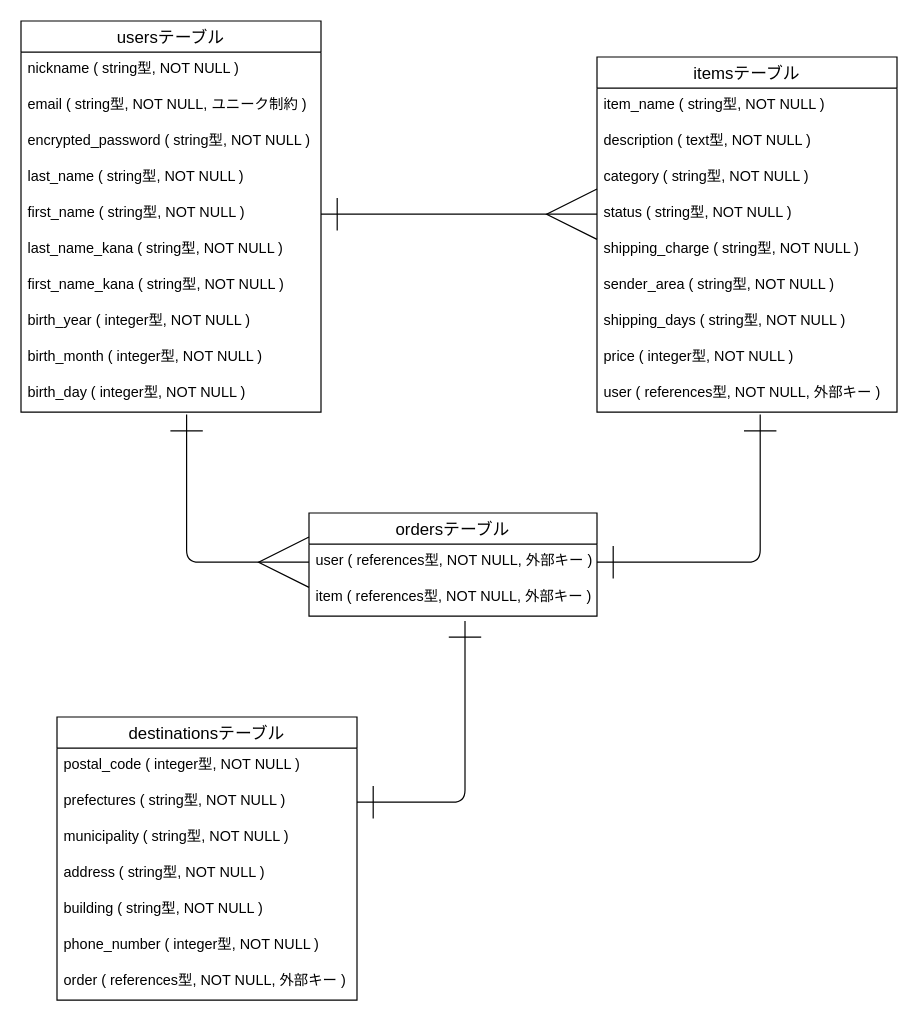
Above: ER.dio in shero37/furima-38746 (draw.io), before the change. Source tidied: cells renumbered, new cells numbered last; positions are measured from the earlier drawing's top-left corner, leaving out a move shared by most shapes. Both pictures are drawn from the tidied source at 120%, with x=0, y=0 at pixel (20, 20).
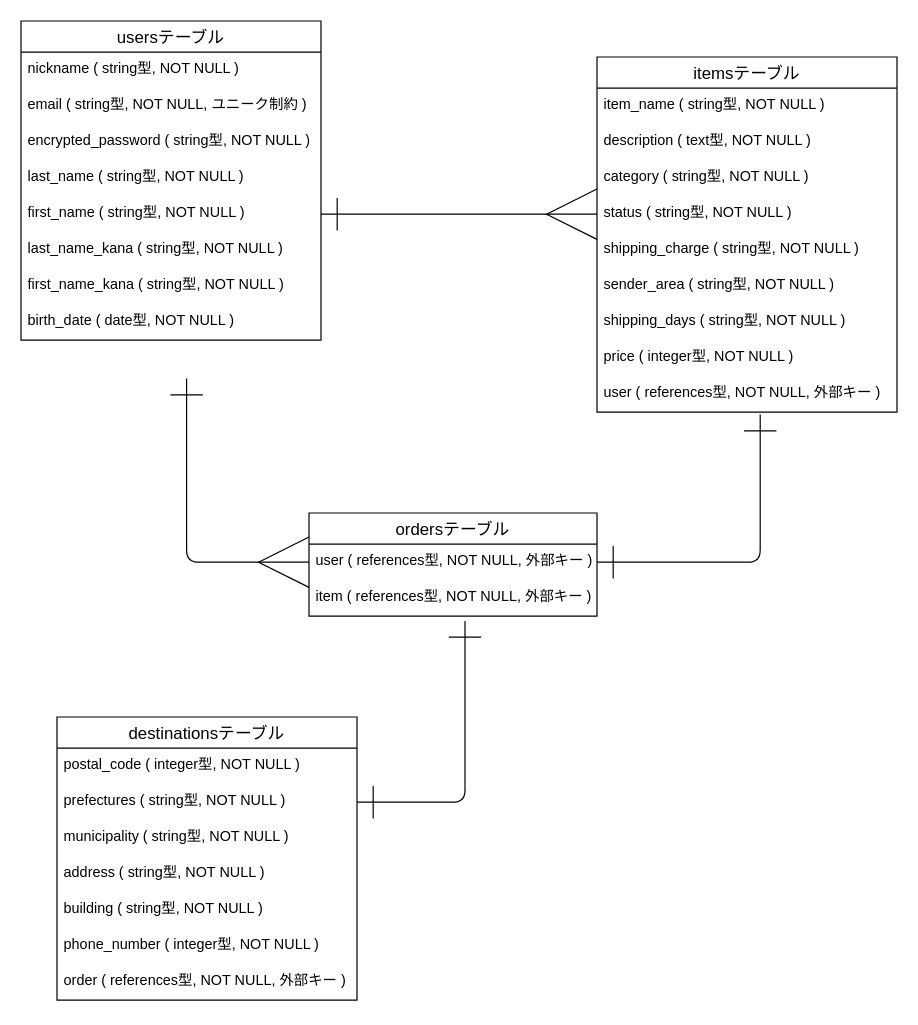
The same page after the edit.

Commit message (it also covers changes not shown here):
生年月日の修正

Unchanged cells that the change refers to:
```xml
<mxCell id="33" value="user ( references型, NOT NULL, 外部キー )" style="text;strokeColor=none;fillColor=none;spacingLeft=4;spacingRight=4;overflow=hidden;points=[[0,0.5],[1,0.5]];portConstraint=eastwest;fontSize=12;" parent="32" vertex="1">
  <mxGeometry y="26" width="240" height="30" as="geometry" />
</mxCell>
```

What changed in the source:
```diff
@@
     <mxCell id="2" value="usersテーブル" style="swimlane;fontStyle=0;horizontal=1;startSize=26;align=center;fontSize=14;" parent="1" vertex="1">
-      <mxGeometry width="250" height="326" as="geometry" />
+      <mxGeometry width="250" height="266" as="geometry" />
     </mxCell>
@@
-    <mxCell id="10" value="birth_year ( integer型, NOT NULL )" style="text;strokeColor=none;fillColor=none;spacingLeft=4;spacingRight=4;overflow=hidden;fontSize=12;" parent="2" vertex="1">
+    <mxCell id="10" value="birth_date ( date型, NOT NULL )" style="text;strokeColor=none;fillColor=none;spacingLeft=4;spacingRight=4;overflow=hidden;fontSize=12;" parent="2" vertex="1">
       <mxGeometry y="236" width="250" height="30" as="geometry" />
     </mxCell>
-    <mxCell id="11" value="birth_month ( integer型, NOT NULL )" style="text;strokeColor=none;fillColor=none;spacingLeft=4;spacingRight=4;overflow=hidden;fontSize=12;" parent="2" vertex="1">
-      <mxGeometry y="266" width="250" height="30" as="geometry" />
-    </mxCell>
-    <mxCell id="12" value="birth_day ( integer型, NOT NULL )" style="text;strokeColor=none;fillColor=none;spacingLeft=4;spacingRight=4;overflow=hidden;points=[[0,0.5],[1,0.5]];portConstraint=eastwest;fontSize=12;" parent="2" vertex="1">
-      <mxGeometry y="296" width="250" height="30" as="geometry" />
-    </mxCell>
@@
-    <mxCell id="35" style="edgeStyle=none;html=1;exitX=0;exitY=0.5;exitDx=0;exitDy=0;entryX=0.552;entryY=1.067;entryDx=0;entryDy=0;entryPerimeter=0;startArrow=ERmany;startFill=0;endArrow=ERone;endFill=0;endSize=25;startSize=40;" parent="1" edge="1" source="33" target="12">
+    <mxCell id="35" style="edgeStyle=none;html=1;exitX=0;exitY=0.5;exitDx=0;exitDy=0;entryX=0.552;entryY=1.067;entryDx=0;entryDy=0;entryPerimeter=0;startArrow=ERmany;startFill=0;endArrow=ERone;endFill=0;endSize=25;startSize=40;" parent="1" edge="1" source="33">
       <mxGeometry relative="1" as="geometry">
+        <mxPoint x="138" y="298" as="targetPoint" />
         <Array as="points">
           <mxPoint x="138" y="451" />
         </Array>
       </mxGeometry>
     </mxCell>
```
